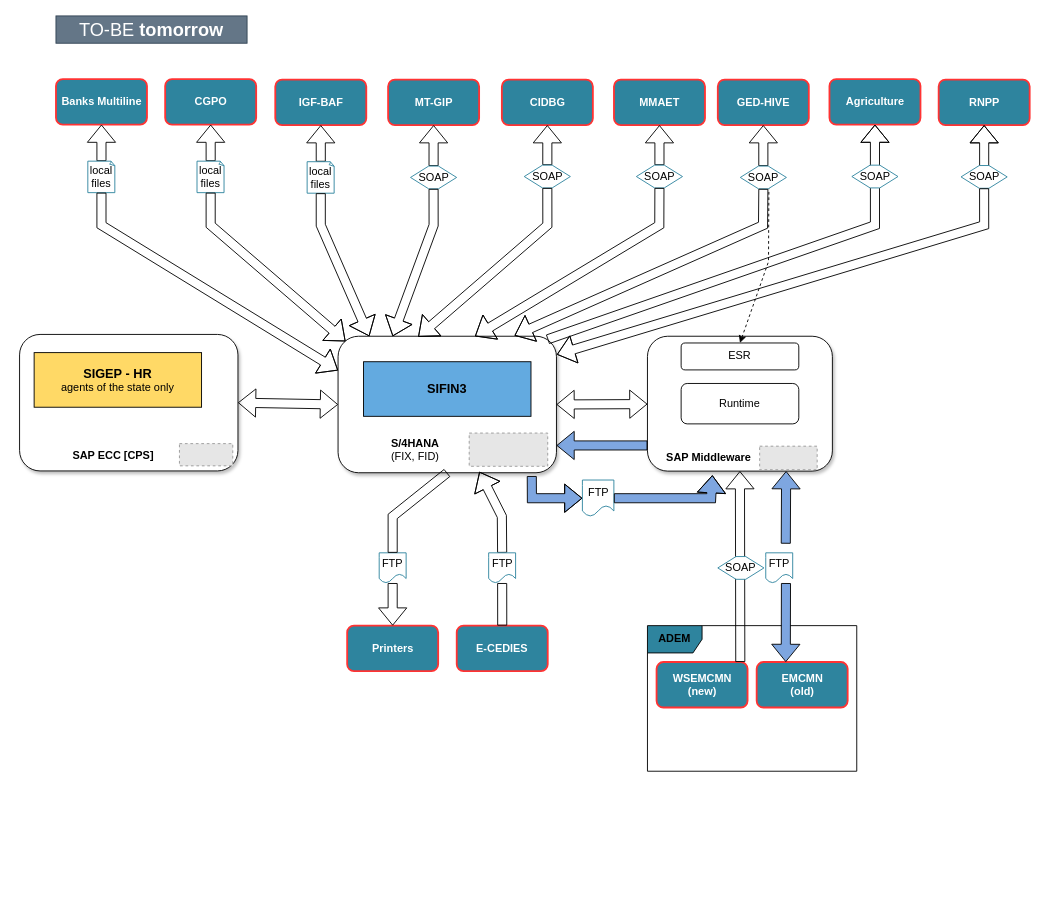
efelman/my_diagrams keeps this draw.io diagram as page "ToBE-Tomorrow" (2 of 3) of my_diagram.drawio. Above is the earlier version. Source tidied: cells renumbered, new cells numbered last; positions are measured from the earlier drawing's top-left corner, leaving out a move shared by most shapes. Both pictures are drawn from the tidied source at 91%, with x=0, y=0 at pixel (19, 15). Pictures stored in the file or linked from it are replaced by grey dashed boxes.
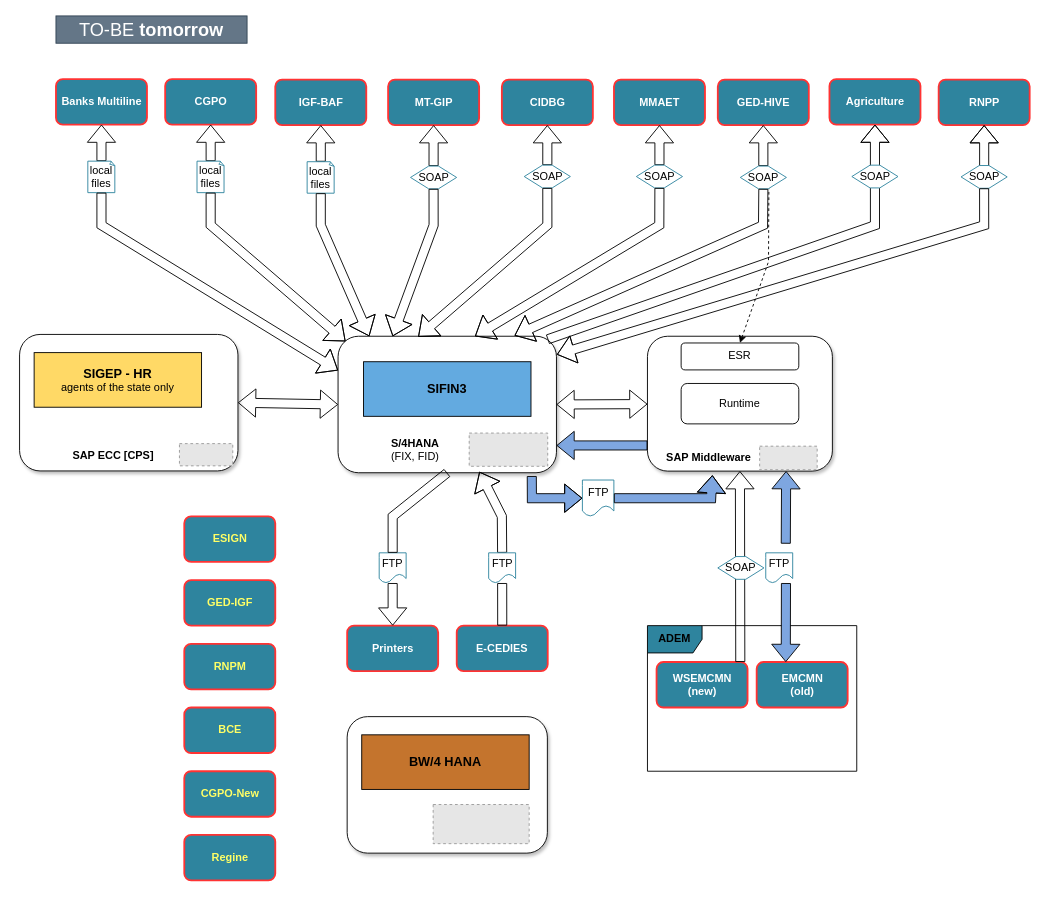
Above is the later version.

The edit, as a diff of the source:
```diff
@@
+    <mxCell id="79" value="&lt;font color=&quot;#ffff66&quot;&gt;ESIGN&lt;/font&gt;" style="dashed=0;html=1;rounded=1;fillColor=#2E849E;strokeColor=#FF3333;fontSize=12;align=center;fontStyle=1;strokeWidth=2;fontColor=#F01136;" parent="1" vertex="1">
+      <mxGeometry x="181" y="550" width="100" height="50" as="geometry" />
+    </mxCell>
+    <mxCell id="80" value="&lt;font color=&quot;#ffff66&quot;&gt;GED-IGF&lt;/font&gt;" style="dashed=0;html=1;rounded=1;fillColor=#2E849E;strokeColor=#FF3333;fontSize=12;align=center;fontStyle=1;strokeWidth=2;fontColor=#F01136;" parent="1" vertex="1">
+      <mxGeometry x="181" y="620" width="100" height="50" as="geometry" />
+    </mxCell>
+    <mxCell id="81" value="&lt;font color=&quot;#ffff66&quot;&gt;RNPM&lt;/font&gt;" style="dashed=0;html=1;rounded=1;fillColor=#2E849E;strokeColor=#FF3333;fontSize=12;align=center;fontStyle=1;strokeWidth=2;fontColor=#F01136;" parent="1" vertex="1">
+      <mxGeometry x="181" y="690" width="100" height="50" as="geometry" />
+    </mxCell>
+    <mxCell id="82" value="&lt;font color=&quot;#ffff66&quot;&gt;BCE&lt;/font&gt;" style="dashed=0;html=1;rounded=1;fillColor=#2E849E;strokeColor=#FF3333;fontSize=12;align=center;fontStyle=1;strokeWidth=2;fontColor=#F01136;" parent="1" vertex="1">
+      <mxGeometry x="181" y="760" width="100" height="50" as="geometry" />
+    </mxCell>
+    <mxCell id="83" value="&lt;font color=&quot;#ffff66&quot;&gt;CGPO-New&lt;/font&gt;" style="dashed=0;html=1;rounded=1;fillColor=#2E849E;strokeColor=#FF3333;fontSize=12;align=center;fontStyle=1;strokeWidth=2;fontColor=#F01136;" parent="1" vertex="1">
+      <mxGeometry x="181" y="830" width="100" height="50" as="geometry" />
+    </mxCell>
+    <mxCell id="84" value="&lt;font color=&quot;#ffff66&quot;&gt;Regine&lt;/font&gt;" style="dashed=0;html=1;rounded=1;fillColor=#2E849E;strokeColor=#FF3333;fontSize=12;align=center;fontStyle=1;strokeWidth=2;fontColor=#F01136;" parent="1" vertex="1">
+      <mxGeometry x="181" y="900" width="100" height="50" as="geometry" />
+    </mxCell>
+    <mxCell id="85" style="rounded=1;whiteSpace=wrap;html=1;shadow=1;glass=0;sketch=0;" parent="1" vertex="1">
+      <mxGeometry x="360" y="770" width="220" height="150" as="geometry" />
+    </mxCell>
+    <mxCell id="86" value="&lt;b&gt;&lt;font style=&quot;font-size: 14px&quot;&gt;BW/4 HANA&lt;/font&gt;&lt;/b&gt;" style="rounded=0;whiteSpace=wrap;html=1;fillColor=#C4742D;" parent="1" vertex="1">
+      <mxGeometry x="376" y="790" width="184" height="60" as="geometry" />
+    </mxCell>
+    <mxCell id="87" style="fillColor=#E6E6E6;strokeColor=#999999;dashed=1;verticalLabelPosition=bottom;labelBackgroundColor=default;verticalAlign=top;" parent="1" vertex="1">
+      <mxGeometry x="454.5" y="866.6" width="105.5" height="43" as="geometry" />
+    </mxCell>
```
